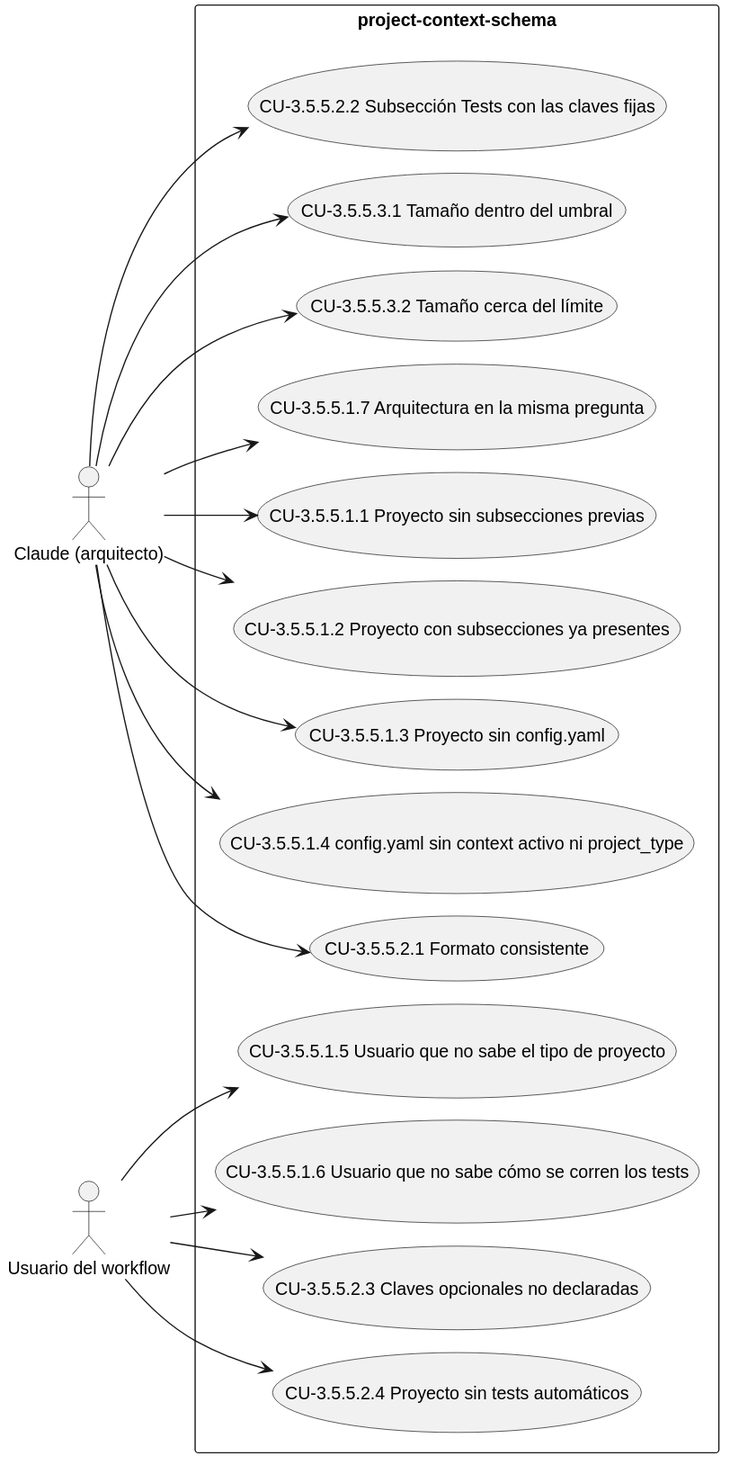
Above: docs/diagramas/CAP-3.5.5.svg in Lautaro-Montecchiani/sdd-global-config (PlantUML), before the change.
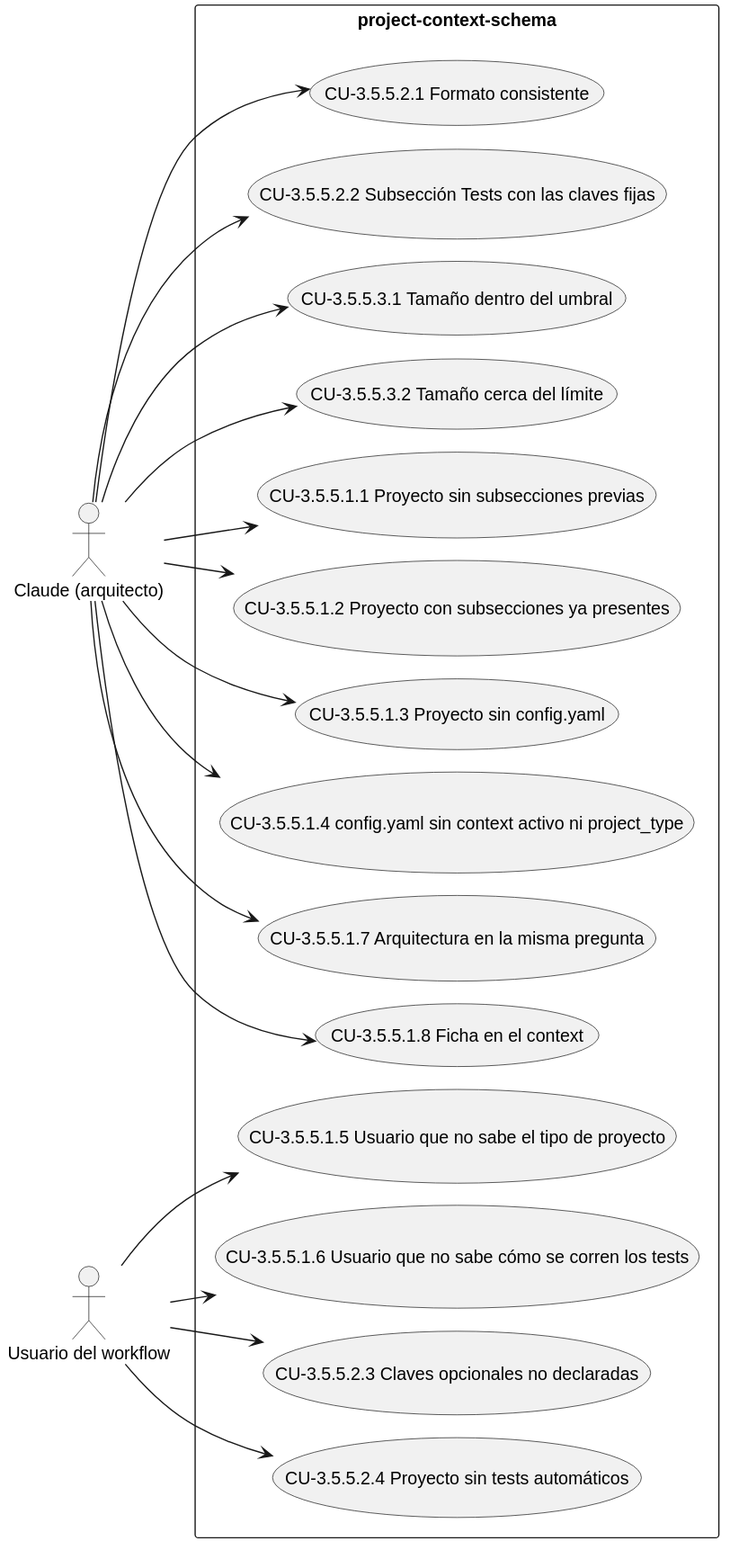
The same diagram one commit later.

The edit, as a diff of the source:
```diff
@@ -10,13 +10,14 @@
   usecase "CU-3.5.5.1.4 config.yaml sin context activo ni project_type" as UC_3_5_5_1_4
   usecase "CU-3.5.5.1.5 Usuario que no sabe el tipo de proyecto" as UC_3_5_5_1_5
   usecase "CU-3.5.5.1.6 Usuario que no sabe cómo se corren los tests" as UC_3_5_5_1_6
+  usecase "CU-3.5.5.1.7 Arquitectura en la misma pregunta" as UC_3_5_5_1_7
+  usecase "CU-3.5.5.1.8 Ficha en el context" as UC_3_5_5_1_8
   usecase "CU-3.5.5.2.1 Formato consistente" as UC_3_5_5_2_1
   usecase "CU-3.5.5.2.2 Subsección Tests con las claves fijas" as UC_3_5_5_2_2
   usecase "CU-3.5.5.2.3 Claves opcionales no declaradas" as UC_3_5_5_2_3
   usecase "CU-3.5.5.2.4 Proyecto sin tests automáticos" as UC_3_5_5_2_4
   usecase "CU-3.5.5.3.1 Tamaño dentro del umbral" as UC_3_5_5_3_1
   usecase "CU-3.5.5.3.2 Tamaño cerca del límite" as UC_3_5_5_3_2
-  usecase "CU-3.5.5.1.7 Arquitectura en la misma pregunta" as UC_3_5_5_1_7
 }
 A1 --> UC_3_5_5_1_1
 A1 --> UC_3_5_5_1_2
@@ -24,11 +25,12 @@
 A1 --> UC_3_5_5_1_4
 A2 --> UC_3_5_5_1_5
 A2 --> UC_3_5_5_1_6
+A1 --> UC_3_5_5_1_7
+A1 --> UC_3_5_5_1_8
 A1 --> UC_3_5_5_2_1
 A1 --> UC_3_5_5_2_2
 A2 --> UC_3_5_5_2_3
 A2 --> UC_3_5_5_2_4
 A1 --> UC_3_5_5_3_1
 A1 --> UC_3_5_5_3_2
-A1 --> UC_3_5_5_1_7
 @enduml
```
